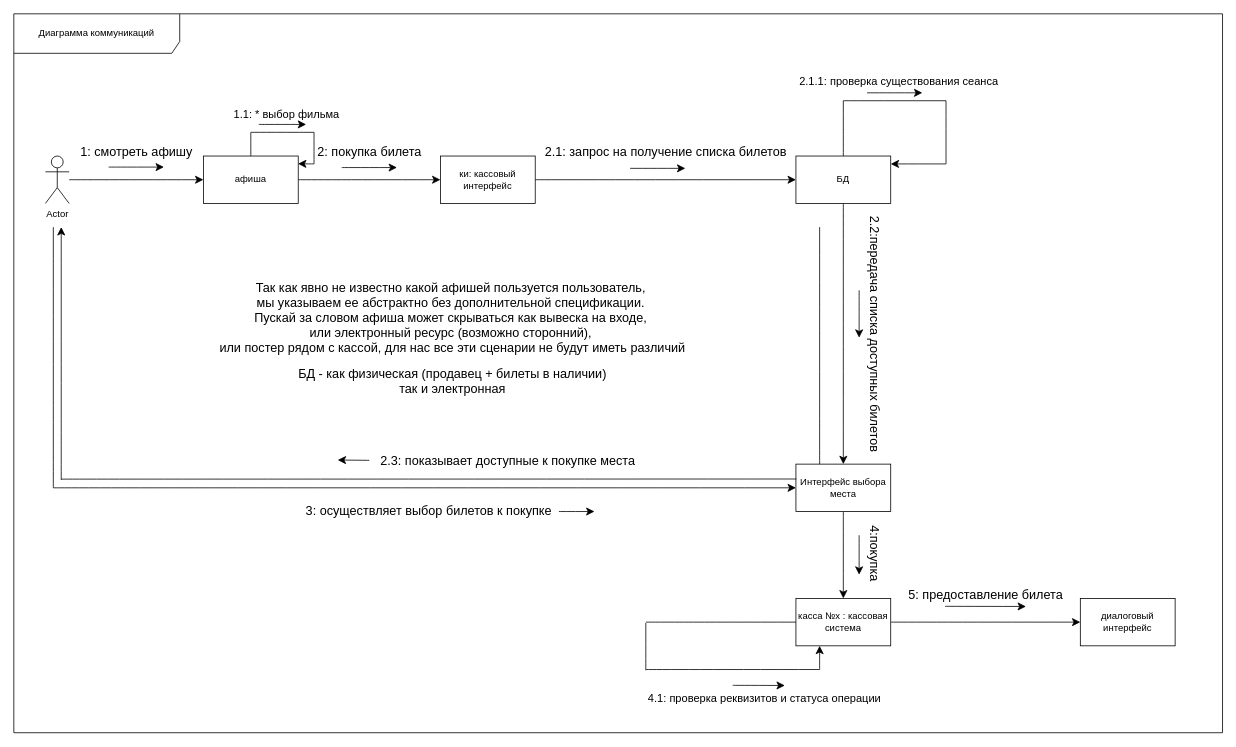
Before: page "Диаграмма коммуникаций покупка билета" (1 of 3) of Диаграмма коммуникаций.drawio in ANDaniell/-design-practice, a draw.io diagram. Source tidied: cells renumbered, new cells numbered last; positions are measured from the earlier drawing's top-left corner, leaving out a move shared by most shapes. Both pictures are drawn from the tidied source at 79%, with x=0, y=0 at pixel (13, 13).
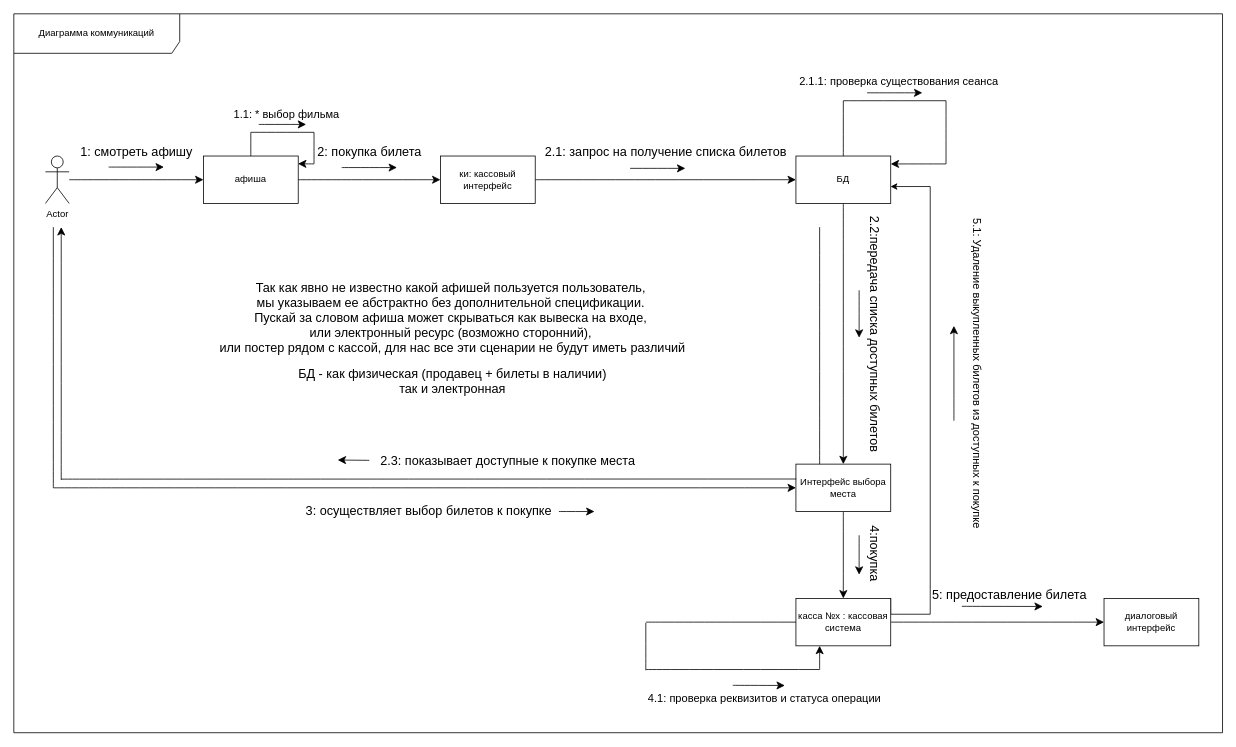
Above is the later version.

Unchanged cells that the change refers to:
```xml
<mxCell id="17" value="БД" style="rounded=0;whiteSpace=wrap;html=1;" parent="1" vertex="1">
  <mxGeometry x="990" y="180" width="120" height="60" as="geometry" />
</mxCell>
<mxCell id="44" value="касса №x : кассовая система" style="rounded=0;whiteSpace=wrap;html=1;" parent="1" vertex="1">
  <mxGeometry x="990" y="740" width="120" height="60" as="geometry" />
</mxCell>
```

The edit, as a diff of the source:
```diff
@@
+    <mxCell id="57" style="edgeStyle=orthogonalEdgeStyle;rounded=0;jettySize=auto;html=1;exitX=1;exitY=0;exitDx=0;exitDy=0;entryX=0.998;entryY=0.644;entryDx=0;entryDy=0;entryPerimeter=0;" parent="1" edge="1" source="44" target="17">
+      <mxGeometry relative="1" as="geometry">
+        <Array as="points">
+          <mxPoint x="1110" y="760" />
+          <mxPoint x="1160" y="760" />
+          <mxPoint x="1160" y="219" />
+        </Array>
+      </mxGeometry>
+    </mxCell>
@@
     <mxCell id="53" value="диалоговый интерфейс" style="rounded=0;whiteSpace=wrap;html=1;" parent="1" vertex="1">
-      <mxGeometry x="1350" y="740" width="120" height="60" as="geometry" />
+      <mxGeometry x="1380" y="740" width="120" height="60" as="geometry" />
     </mxCell>
     <mxCell id="54" value="5: предоставление билета" style="text;html=1;align=center;verticalAlign=middle;strokeColor=none;fillColor=none;fontSize=16;" parent="1" vertex="1">
-      <mxGeometry x="1120" y="720" width="220" height="30" as="geometry" />
+      <mxGeometry x="1150" y="720" width="220" height="30" as="geometry" />
     </mxCell>
     <mxCell id="55" style="endArrow=classic;html=1;rounded=0;fontSize=12;startSize=8;endSize=8;curved=1;entryX=0.784;entryY=1.005;entryDx=0;entryDy=0;entryPerimeter=0;" parent="1" edge="1">
       <mxGeometry relative="1" as="geometry">
-        <mxPoint x="1178.8" y="750" as="sourcePoint" />
-        <mxPoint x="1281.2" y="750.2" as="targetPoint" />
+        <mxPoint x="1200" y="750" as="sourcePoint" />
+        <mxPoint x="1302.5" y="750.2" as="targetPoint" />
       </mxGeometry>
     </mxCell>
@@
+    <mxCell id="58" value="&lt;font style=&quot;font-size: 14px;&quot;&gt;5.1: Удаление выкупленных билетов из доступных к покупке&lt;/font&gt;" style="text;html=1;align=center;verticalAlign=middle;strokeColor=none;fillColor=none;rotation=90;" parent="1" vertex="1">
+      <mxGeometry x="1010" y="440" width="420" height="30" as="geometry" />
+    </mxCell>
+    <mxCell id="59" style="edgeStyle=none;curved=1;rounded=0;orthogonalLoop=1;jettySize=auto;html=1;fontSize=12;startSize=8;endSize=8;" parent="1" edge="1">
+      <mxGeometry relative="1" as="geometry">
+        <mxPoint x="1190" y="515" as="sourcePoint" />
+        <mxPoint x="1190" y="395" as="targetPoint" />
+      </mxGeometry>
+    </mxCell>
```
